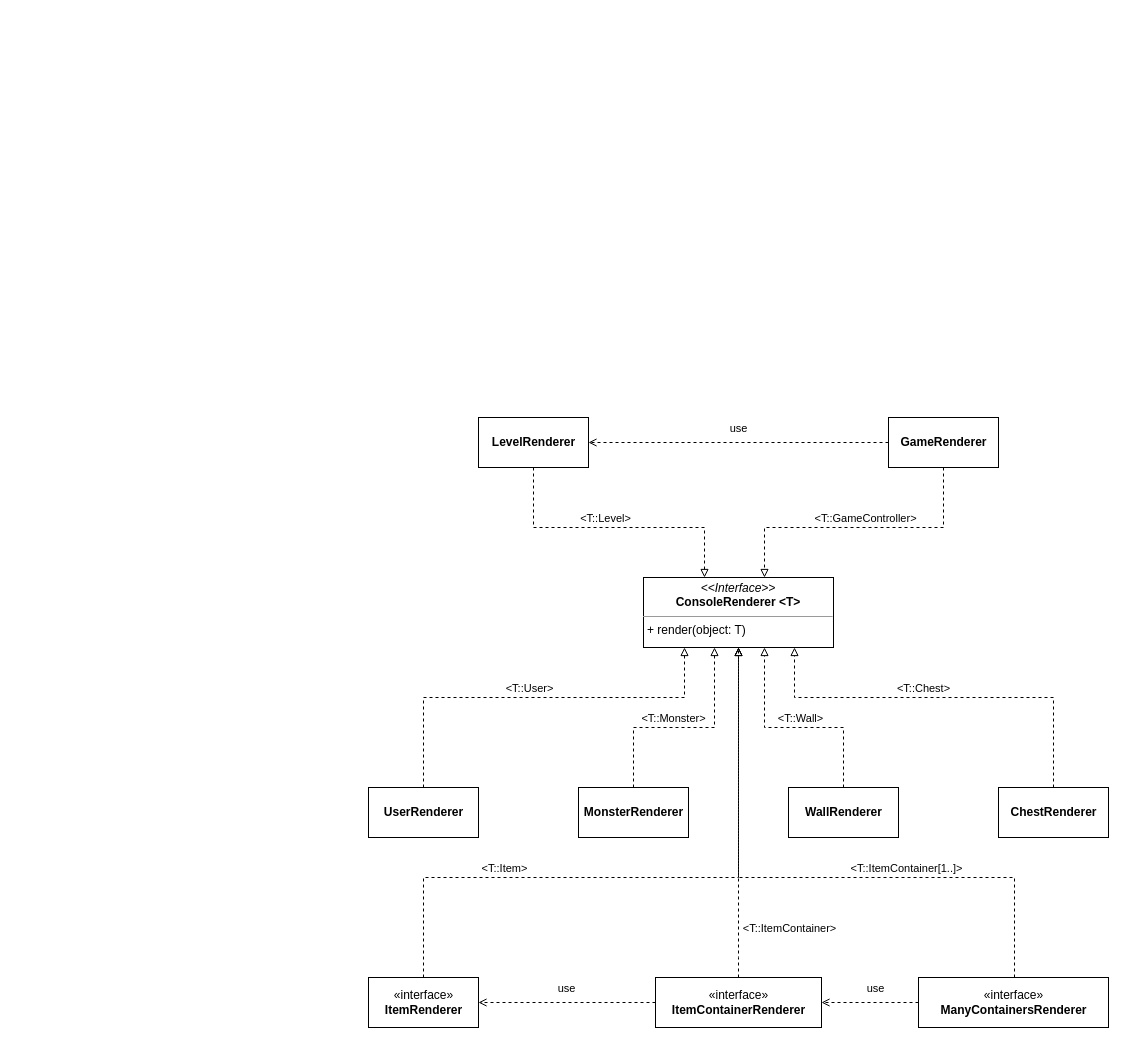
Above: page "UI" (6 of 7) of documents/Roguelike.drawio in SBOne-Kenobi/design-course (draw.io), before the change. Source tidied: cells renumbered, new cells numbered last; positions are measured from the earlier drawing's top-left corner, leaving out a move shared by most shapes. Both pictures are drawn from the tidied source at 100%, with x=0, y=0 at pixel (368, 417).
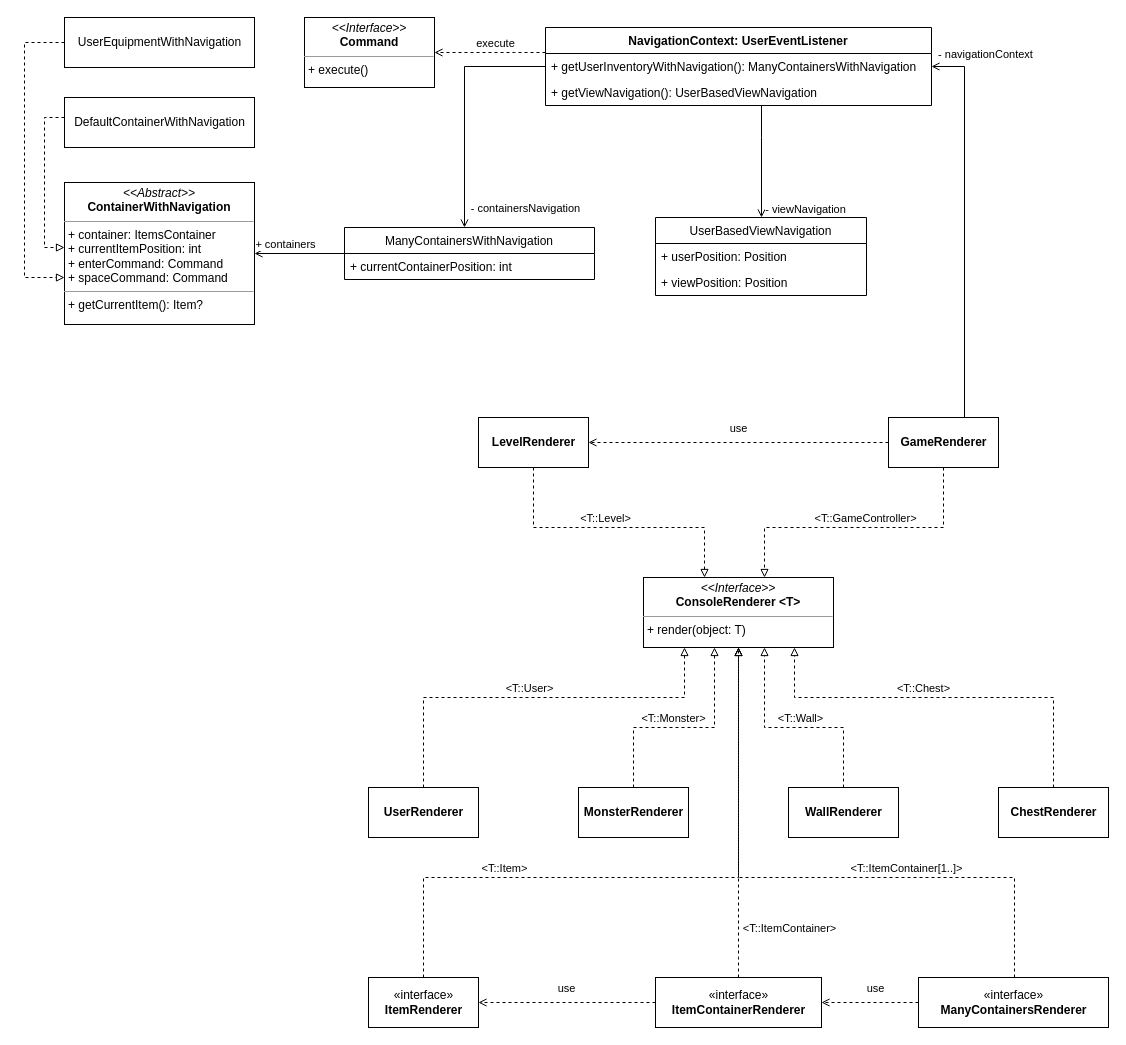
Above is the later version.

Unchanged cells that the change refers to:
```xml
<mxCell id="35" value="&lt;b&gt;GameRenderer&lt;/b&gt;" style="html=1;strokeColor=default;" parent="1" vertex="1">
  <mxGeometry x="520" width="110" height="50" as="geometry" />
</mxCell>
```

The edit, as a diff of the source:
```diff
@@
+    <mxCell id="36" style="edgeStyle=orthogonalEdgeStyle;rounded=0;jettySize=auto;html=1;endArrow=open;endFill=0;" parent="1" edge="1" source="35" target="42">
+      <mxGeometry relative="1" as="geometry">
+        <Array as="points">
+          <mxPoint x="596" y="-351" />
+        </Array>
+      </mxGeometry>
+    </mxCell>
+    <mxCell id="37" value="- navigationContext" style="edgeLabel;html=1;align=center;verticalAlign=middle;" parent="36" vertex="1">
+      <mxGeometry x="0.77" y="-3" relative="1" as="geometry">
+        <mxPoint x="17" y="-24" as="offset" />
+      </mxGeometry>
+    </mxCell>
@@
+    <mxCell id="38" style="edgeStyle=orthogonalEdgeStyle;rounded=0;jettySize=auto;html=1;endArrow=open;endFill=0;" parent="1" edge="1" source="42" target="52">
+      <mxGeometry relative="1" as="geometry">
+        <Array as="points">
+          <mxPoint x="96" y="-351" />
+        </Array>
+      </mxGeometry>
+    </mxCell>
+    <mxCell id="39" value="- containersNavigation" style="edgeLabel;html=1;align=center;verticalAlign=middle;" parent="38" vertex="1">
+      <mxGeometry x="0.67" y="2" relative="1" as="geometry">
+        <mxPoint x="58" y="20" as="offset" />
+      </mxGeometry>
+    </mxCell>
+    <mxCell id="40" style="edgeStyle=orthogonalEdgeStyle;rounded=0;jettySize=auto;html=1;dashed=1;endArrow=open;endFill=0;" parent="1" edge="1" source="42" target="59">
+      <mxGeometry relative="1" as="geometry">
+        <Array as="points">
+          <mxPoint x="146" y="-365" />
+          <mxPoint x="146" y="-365" />
+        </Array>
+      </mxGeometry>
+    </mxCell>
+    <mxCell id="41" value="execute" style="edgeLabel;html=1;align=center;verticalAlign=middle;" parent="40" vertex="1">
+      <mxGeometry x="0.13" y="-2" relative="1" as="geometry">
+        <mxPoint x="12" y="-8" as="offset" />
+      </mxGeometry>
+    </mxCell>
+    <mxCell id="42" value="NavigationContext: UserEventListener" style="swimlane;fontStyle=1;align=center;verticalAlign=top;horizontal=1;startSize=26;strokeColor=default;" parent="1" vertex="1">
+      <mxGeometry x="177" y="-390" width="386" height="78" as="geometry" />
+    </mxCell>
+    <mxCell id="43" value="+ getUserInventoryWithNavigation(): ManyContainersWithNavigation" style="text;strokeColor=none;fillColor=none;align=left;verticalAlign=top;spacingLeft=4;spacingRight=4;overflow=hidden;" parent="42" vertex="1">
+      <mxGeometry y="26" width="386" height="26" as="geometry" />
+    </mxCell>
+    <mxCell id="44" value="+ getViewNavigation(): UserBasedViewNavigation" style="text;strokeColor=none;fillColor=none;align=left;verticalAlign=top;spacingLeft=4;spacingRight=4;overflow=hidden;" parent="42" vertex="1">
+      <mxGeometry y="52" width="386" height="26" as="geometry" />
+    </mxCell>
+    <mxCell id="45" value="UserBasedViewNavigation" style="swimlane;fontStyle=0;horizontal=1;startSize=26;fillColor=none;strokeColor=default;" parent="1" vertex="1">
+      <mxGeometry x="287" y="-200" width="211" height="78" as="geometry" />
+    </mxCell>
+    <mxCell id="46" value="+ userPosition: Position" style="text;strokeColor=none;fillColor=none;align=left;verticalAlign=top;spacingLeft=4;spacingRight=4;overflow=hidden;" parent="45" vertex="1">
+      <mxGeometry y="26" width="211" height="26" as="geometry" />
+    </mxCell>
+    <mxCell id="47" value="+ viewPosition: Position" style="text;strokeColor=none;fillColor=none;align=left;verticalAlign=top;spacingLeft=4;spacingRight=4;overflow=hidden;" parent="45" vertex="1">
+      <mxGeometry y="52" width="211" height="26" as="geometry" />
+    </mxCell>
+    <mxCell id="48" style="edgeStyle=orthogonalEdgeStyle;rounded=0;jettySize=auto;html=1;endArrow=open;endFill=0;" parent="1" edge="1" source="42" target="45">
+      <mxGeometry relative="1" as="geometry">
+        <Array as="points">
+          <mxPoint x="393" y="-280" />
+          <mxPoint x="393" y="-280" />
+        </Array>
+      </mxGeometry>
+    </mxCell>
+    <mxCell id="49" value="- viewNavigation" style="edgeLabel;html=1;align=center;verticalAlign=middle;" parent="48" vertex="1">
+      <mxGeometry x="0.84" y="-2" relative="1" as="geometry">
+        <mxPoint x="45" as="offset" />
+      </mxGeometry>
+    </mxCell>
+    <mxCell id="50" style="edgeStyle=orthogonalEdgeStyle;rounded=0;jettySize=auto;html=1;endArrow=open;endFill=0;" parent="1" edge="1" source="52" target="54">
+      <mxGeometry relative="1" as="geometry" />
+    </mxCell>
+    <mxCell id="51" value="+ containers" style="edgeLabel;html=1;align=center;verticalAlign=middle;" parent="50" vertex="1">
+      <mxGeometry x="0.81" y="-2" relative="1" as="geometry">
+        <mxPoint x="21" y="-8" as="offset" />
+      </mxGeometry>
+    </mxCell>
+    <mxCell id="52" value="ManyContainersWithNavigation" style="swimlane;fontStyle=0;horizontal=1;startSize=26;fillColor=none;strokeColor=default;" parent="1" vertex="1">
+      <mxGeometry x="-24" y="-190" width="250" height="52" as="geometry" />
+    </mxCell>
+    <mxCell id="53" value="+ currentContainerPosition: int" style="text;strokeColor=none;fillColor=none;align=left;verticalAlign=top;spacingLeft=4;spacingRight=4;overflow=hidden;" parent="52" vertex="1">
+      <mxGeometry y="26" width="250" height="26" as="geometry" />
+    </mxCell>
+    <mxCell id="54" value="&lt;p style=&quot;margin:0px;margin-top:4px;text-align:center;&quot;&gt;&lt;i&gt;&amp;lt;&amp;lt;Abstract&amp;gt;&amp;gt;&lt;/i&gt;&lt;br&gt;&lt;b&gt;ContainerWithNavigation&lt;/b&gt;&lt;/p&gt;&lt;hr size=&quot;1&quot;&gt;&lt;p style=&quot;margin:0px;margin-left:4px;&quot;&gt;+ container: ItemsContainer&lt;br&gt;+ currentItemPosition: int&lt;/p&gt;&lt;p style=&quot;margin:0px;margin-left:4px;&quot;&gt;+ enterCommand: Command&lt;/p&gt;&lt;p style=&quot;margin:0px;margin-left:4px;&quot;&gt;+ spaceCommand: Command&lt;/p&gt;&lt;hr size=&quot;1&quot;&gt;&lt;p style=&quot;margin:0px;margin-left:4px;&quot;&gt;+ getCurrentItem(): Item?&lt;/p&gt;" style="verticalAlign=top;align=left;overflow=fill;fontSize=12;fontFamily=Helvetica;html=1;strokeColor=default;" parent="1" vertex="1">
+      <mxGeometry x="-304" y="-235" width="190" height="142" as="geometry" />
+    </mxCell>
+    <mxCell id="55" style="edgeStyle=orthogonalEdgeStyle;rounded=0;jettySize=auto;html=1;endArrow=block;endFill=0;dashed=1;" parent="1" edge="1" source="56" target="54">
+      <mxGeometry relative="1" as="geometry">
+        <Array as="points">
+          <mxPoint x="-324" y="-300" />
+          <mxPoint x="-324" y="-170" />
+        </Array>
+      </mxGeometry>
+    </mxCell>
+    <mxCell id="56" value="DefaultContainerWithNavigation" style="html=1;strokeColor=default;" parent="1" vertex="1">
+      <mxGeometry x="-304" y="-320" width="190" height="50" as="geometry" />
+    </mxCell>
+    <mxCell id="57" style="edgeStyle=orthogonalEdgeStyle;rounded=0;jettySize=auto;html=1;dashed=1;endArrow=block;endFill=0;" parent="1" edge="1" source="58" target="54">
+      <mxGeometry relative="1" as="geometry">
+        <Array as="points">
+          <mxPoint x="-344" y="-375" />
+          <mxPoint x="-344" y="-140" />
+        </Array>
+      </mxGeometry>
+    </mxCell>
+    <mxCell id="58" value="UserEquipmentWithNavigation" style="html=1;strokeColor=default;" parent="1" vertex="1">
+      <mxGeometry x="-304" y="-400" width="190" height="50" as="geometry" />
+    </mxCell>
+    <mxCell id="59" value="&lt;p style=&quot;margin:0px;margin-top:4px;text-align:center;&quot;&gt;&lt;i&gt;&amp;lt;&amp;lt;Interface&amp;gt;&amp;gt;&lt;/i&gt;&lt;br&gt;&lt;b&gt;Command&lt;/b&gt;&lt;/p&gt;&lt;hr size=&quot;1&quot;&gt;&lt;p style=&quot;margin:0px;margin-left:4px;&quot;&gt;&lt;span style=&quot;background-color: initial;&quot;&gt;+ execute()&lt;/span&gt;&lt;/p&gt;" style="verticalAlign=top;align=left;overflow=fill;fontSize=12;fontFamily=Helvetica;html=1;strokeColor=default;" parent="1" vertex="1">
+      <mxGeometry x="-64" y="-400" width="130" height="70" as="geometry" />
+    </mxCell>
```
